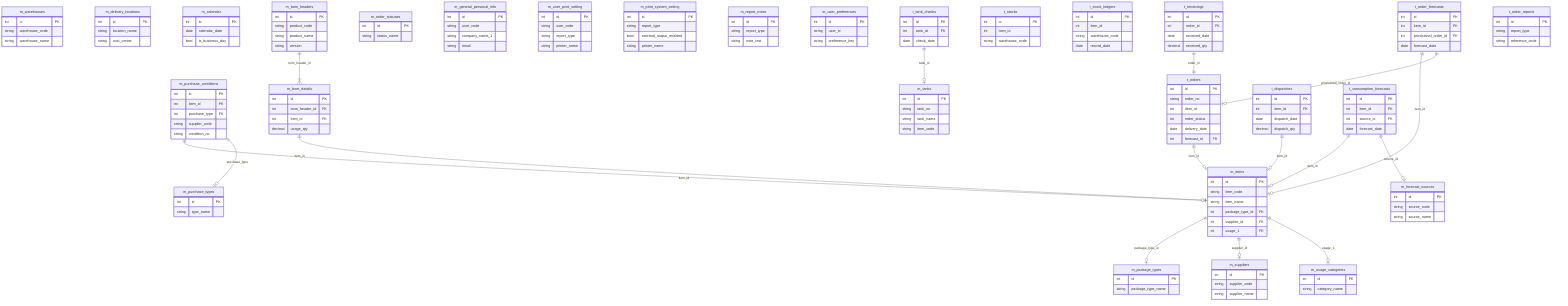
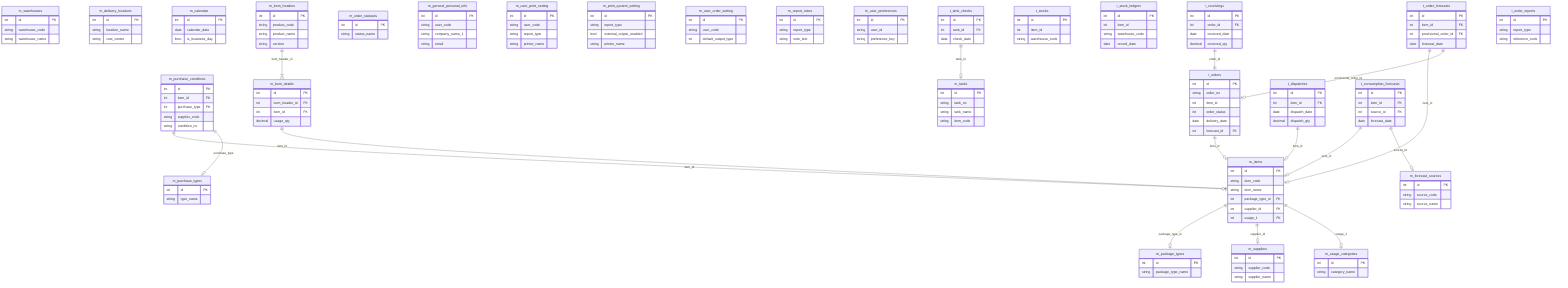
erDiagram
    m_items {
        int id PK
        string item_code
        string item_name
        int package_type_id FK
        int supplier_id FK
        int usage_1 FK
    }

    m_suppliers {
        int id PK
        string supplier_code
        string supplier_name
    }

    m_purchase_conditions {
        int id PK
        int item_id FK
        int purchase_type FK
        string supplier_code
        string condition_no
    }

    m_warehouses {
        int id PK
        string warehouse_code
        string warehouse_name
    }

    m_tanks {
        int id PK
        string tank_no
        string tank_name
        string item_code
    }

    m_delivery_locations {
        int id PK
        string location_name
        string cost_center
    }

    m_calendar {
        int id PK
        date calendar_date
        bool is_business_day
    }

    m_bom_headers {
        int id PK
        string product_code
        string product_name
        string version
    }

    m_bom_details {
        int id PK
        int bom_header_id FK
        int item_id FK
        decimal usage_qty
    }

    m_package_types {
        int id PK
        string package_type_name
    }

    m_purchase_types {
        int id PK
        string type_name
    }

    m_order_statuses {
        int id PK
        string status_name
    }

    m_forecast_sources {
        int id PK
        string source_code
        string source_name
    }

    m_usage_categories {
        int id PK
        string category_name
    }

    m_general_personal_info {
        int id PK
        string user_code
        string company_name_1
        string email
    }

    m_user_print_setting {
        int id PK
        string user_code
        string report_type
        string printer_name
    }

    m_print_system_setting {
        int id PK
        string report_type
        bool external_output_enabled
        string printer_name
+     }
+ 
+     m_user_order_setting {
+         int id PK
+         string user_code
+         int default_output_type
    }

    m_report_notes {
        int id PK
        string report_type
        string note_text
    }

    m_user_preferences {
        int id PK
        string user_id
        string preference_key
    }

    t_orders {
        int id PK
        string order_no
        int item_id
        int order_status
        date delivery_date
        int forecast_id FK
    }

    t_receivings {
        int id PK
        int order_id FK
        date received_date
        decimal received_qty
    }

    t_dispatches {
        int id PK
        int item_id FK
        date dispatch_date
        decimal dispatch_qty
    }

    t_stocks {
        int id PK
        int item_id
        string warehouse_code
    }

    t_stock_ledgers {
        int id PK
        int item_id
        string warehouse_code
        date record_date
    }

    t_order_forecasts {
        int id PK
        int item_id FK
        int provisional_order_id FK
        date forecast_date
    }

    t_consumption_forecasts {
        int id PK
        int item_id FK
        int source_id FK
        date forecast_date
    }

    t_tank_checks {
        int id PK
        int tank_id FK
        date check_date
    }

    t_order_reports {
        int id PK
        string report_type
        string reference_code
    }

    m_items ||--o| m_package_types : "package_type_id"
    m_items ||--o| m_suppliers : "supplier_id"
    m_items ||--o| m_usage_categories : "usage_1"
    m_purchase_conditions ||--o| m_items : "item_id"
    m_purchase_conditions ||--o| m_purchase_types : "purchase_type"
    m_bom_headers ||--|{ m_bom_details : "bom_header_id"
    m_bom_details ||--o| m_items : "item_id"
    t_orders ||--o| m_items : "item_id"
    t_receivings ||--|| t_orders : "order_id"
    t_dispatches ||--o| m_items : "item_id"
    t_order_forecasts ||--o| m_items : "item_id"
    t_order_forecasts ||--o| t_orders : "provisional_order_id"
    t_consumption_forecasts ||--o| m_items : "item_id"
    t_consumption_forecasts ||--o| m_forecast_sources : "source_id"
    t_tank_checks ||--o| m_tanks : "tank_id"
